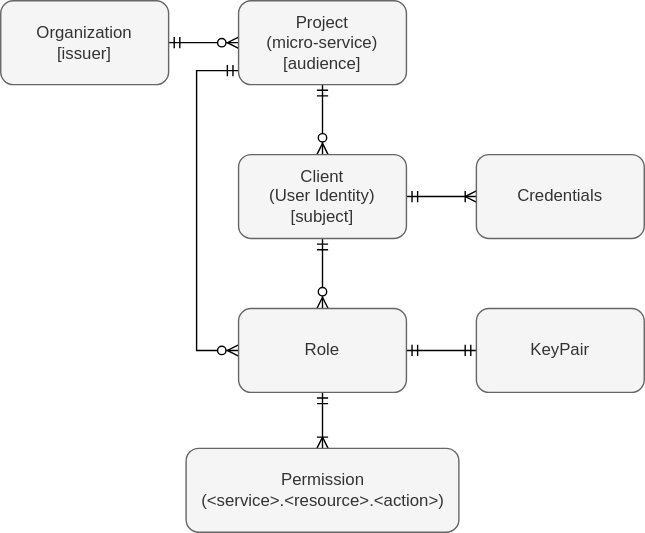
This is docs/IAM-data-model.svg from jveverka/iam-service, a draw.io export, as it was before one commit. Source tidied: cells renumbered, new cells last; positions are measured from the earlier drawing's top-left corner, leaving out a move shared by most shapes.
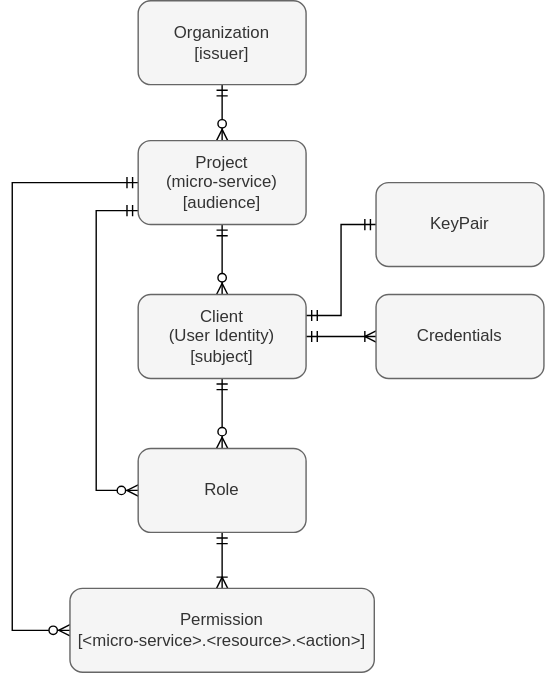
The same diagram one commit later.

Change to the diagram source:
```diff
@@ -6,12 +6,12 @@
       <mxGeometry relative="1" as="geometry" />
     </mxCell>
     <mxCell id="3" value="Organization&lt;br&gt;[issuer]" style="rounded=1;whiteSpace=wrap;html=1;fillColor=#f5f5f5;strokeColor=#666666;fontColor=#333333;" parent="1" vertex="1">
-      <mxGeometry width="120" height="60" as="geometry" />
+      <mxGeometry x="170" y="-100" width="120" height="60" as="geometry" />
     </mxCell>
     <mxCell id="4" style="edgeStyle=none;rounded=0;jettySize=auto;html=1;startArrow=ERmandOne;startFill=0;endArrow=ERzeroToMany;endFill=1;" parent="1" edge="1" source="7" target="10">
       <mxGeometry relative="1" as="geometry" />
     </mxCell>
-    <mxCell id="5" style="edgeStyle=orthogonalEdgeStyle;rounded=0;jettySize=auto;html=1;startArrow=ERmandOne;startFill=0;endArrow=ERmandOne;endFill=0;exitX=1;exitY=0.5;exitDx=0;exitDy=0;entryX=0;entryY=0.5;entryDx=0;entryDy=0;" parent="1" edge="1" source="13" target="15">
+    <mxCell id="5" style="edgeStyle=orthogonalEdgeStyle;rounded=0;jettySize=auto;html=1;startArrow=ERmandOne;startFill=0;endArrow=ERmandOne;endFill=0;exitX=1;exitY=0.25;exitDx=0;exitDy=0;entryX=0;entryY=0.5;entryDx=0;entryDy=0;" parent="1" edge="1" source="10" target="15">
       <mxGeometry relative="1" as="geometry" />
     </mxCell>
     <mxCell id="6" style="edgeStyle=orthogonalEdgeStyle;rounded=0;jettySize=auto;html=1;entryX=0;entryY=0.5;entryDx=0;entryDy=0;startArrow=ERmandOne;startFill=0;endArrow=ERzeroToMany;endFill=1;" parent="1" edge="1" source="7" target="13">
@@ -22,6 +22,14 @@
         </Array>
       </mxGeometry>
     </mxCell>
+    <mxCell id="16" style="edgeStyle=orthogonalEdgeStyle;rounded=0;jettySize=auto;html=1;entryX=0;entryY=0.5;entryDx=0;entryDy=0;startArrow=ERmandOne;startFill=0;endArrow=ERzeroToMany;endFill=1;" parent="1" edge="1" source="7" target="14">
+      <mxGeometry relative="1" as="geometry">
+        <Array as="points">
+          <mxPoint x="80" y="30" />
+          <mxPoint x="80" y="350" />
+        </Array>
+      </mxGeometry>
+    </mxCell>
     <mxCell id="7" value="Project&lt;br&gt;(micro-service)&lt;br&gt;[audience]" style="rounded=1;whiteSpace=wrap;html=1;fillColor=#f5f5f5;strokeColor=#666666;fontColor=#333333;" parent="1" vertex="1">
       <mxGeometry x="170" width="120" height="60" as="geometry" />
     </mxCell>
@@ -43,11 +51,11 @@
     <mxCell id="13" value="Role" style="rounded=1;whiteSpace=wrap;html=1;fillColor=#f5f5f5;strokeColor=#666666;fontColor=#333333;" parent="1" vertex="1">
       <mxGeometry x="170" y="220" width="120" height="60" as="geometry" />
     </mxCell>
-    <mxCell id="14" value="Permission&lt;br&gt;(&amp;lt;service&amp;gt;.&amp;lt;resource&amp;gt;.&amp;lt;action&amp;gt;)" style="rounded=1;whiteSpace=wrap;html=1;fillColor=#f5f5f5;strokeColor=#666666;fontColor=#333333;" parent="1" vertex="1">
-      <mxGeometry x="132.5" y="320" width="195" height="60" as="geometry" />
+    <mxCell id="14" value="Permission&lt;br&gt;[&amp;lt;micro-service&amp;gt;.&amp;lt;resource&amp;gt;.&amp;lt;action&amp;gt;]" style="rounded=1;whiteSpace=wrap;html=1;fillColor=#f5f5f5;strokeColor=#666666;fontColor=#333333;" parent="1" vertex="1">
+      <mxGeometry x="121.2" y="320" width="217.5" height="60" as="geometry" />
     </mxCell>
     <mxCell id="15" value="KeyPair" style="rounded=1;whiteSpace=wrap;html=1;fillColor=#f5f5f5;strokeColor=#666666;fontColor=#333333;" parent="1" vertex="1">
-      <mxGeometry x="340" y="220" width="120" height="60" as="geometry" />
+      <mxGeometry x="340" y="30" width="120" height="60" as="geometry" />
     </mxCell>
   </root>
 </mxGraphModel>
```
